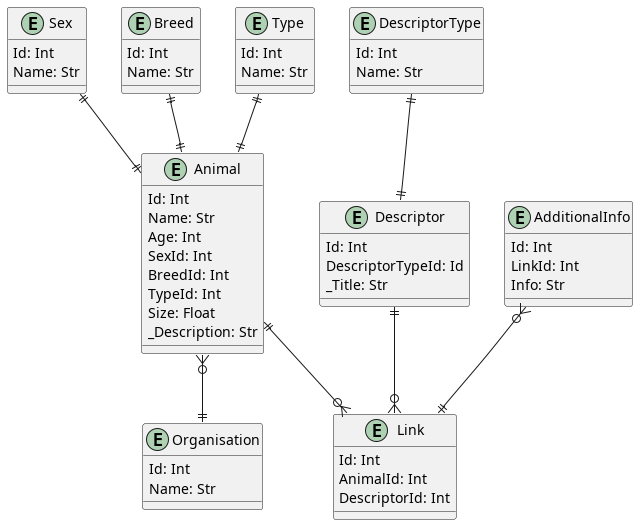
Before: Diagrams/db.png, a diagram exported from PlantUML (aidan-bailey/Anidopt).
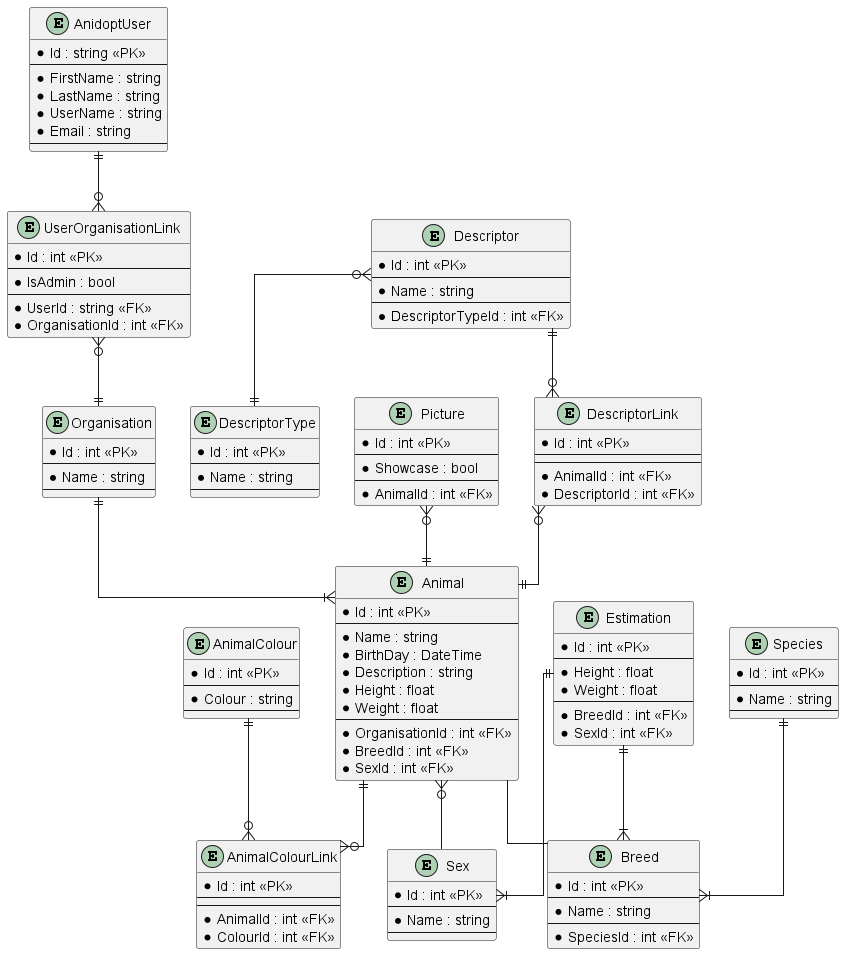
The same diagram one commit later.

What changed in the source:
```diff
@@ -1,55 +1,123 @@
 @startuml
-entity Sex {
-    Id: Int
-    Name: Str
+skinparam linetype ortho
+
+entity AnidoptUser {
+    *Id : string <<PK>>
+    --
+    *FirstName : string
+    *LastName : string
+    *UserName : string
+    *Email : string
+    --
+}
+entity Animal {
+    *Id : int <<PK>>
+    --
+    *Name : string
+    *BirthDay : DateTime
+    *Description : string
+    *Height : float
+    *Weight : float
+    --
+    *OrganisationId : int <<FK>>
+    *BreedId : int <<FK>>
+    *SexId : int <<FK>>
+}
+entity AnimalColour {
+    *Id : int <<PK>>
+    --
+    *Colour : string
+    --
+}
+entity AnimalColourLink {
+    *Id : int <<PK>>
+    --
+    --
+    *AnimalId : int <<FK>>
+    *ColourId : int <<FK>>
 }
 entity Breed {
-    Id: Int
-    Name: Str
+    *Id : int <<PK>>
+    --
+    *Name : string
+    --
+    *SpeciesId : int <<FK>>
 }
-entity Type {
-    Id: Int
-    Name: Str
+entity Descriptor {
+    *Id : int <<PK>>
+    --
+    *Name : string
+    --
+    *DescriptorTypeId : int <<FK>>
 }
-entity Animal {
-    Id: Int
-    Name: Str
-    Age: Int
-    SexId: Int
-    BreedId: Int
-    TypeId: Int
-    Size: Float
-    _Description: Str
+entity DescriptorLink {
+    *Id : int <<PK>>
+    --
+    --
+    *AnimalId : int <<FK>>
+    *DescriptorId : int <<FK>>
 }
 entity DescriptorType {
-    Id: Int
-    Name: Str
+    *Id : int <<PK>>
+    --
+    *Name : string
+    --
 }
-entity Descriptor {
-    Id: Int
-    DescriptorTypeId: Id
-    _Title: Str
-}
-entity Link {
-    Id: Int
-    AnimalId: Int
-    DescriptorId: Int
-}
-entity AdditionalInfo {
-    Id: Int
-    LinkId: Int
-    Info: Str
+entity Estimation {
+    *Id : int <<PK>>
+    --
+    *Height : float
+    *Weight : float
+    --
+    *BreedId : int <<FK>>
+    *SexId : int <<FK>>
 }
 entity Organisation {
-    Id: Int
-    Name: Str
+    *Id : int <<PK>>
+    --
+    *Name : string
+    --
 }
-Animal }o--|| Organisation
-DescriptorType ||--|| Descriptor
-Descriptor ||--o{ Link
-Animal ||--o{ Link
-AdditionalInfo }o--|| Link
-Breed ||--|| Animal
-Type ||--|| Animal
-Sex ||--|| Animal
+entity Picture {
+    *Id : int <<PK>>
+    --
+    *Showcase : bool
+    --
+    *AnimalId : int <<FK>>
+}
+entity Sex {
+    *Id : int <<PK>>
+    --
+    *Name : string
+    --
+}
+entity Species {
+    *Id : int <<PK>>
+    --
+    *Name : string
+    --
+}
+entity UserOrganisationLink {
+    *Id : int <<PK>>
+    --
+    *IsAdmin : bool
+    --
+    *UserId : string <<FK>>
+    *OrganisationId : int <<FK>>
+}
+
+AnidoptUser ||--o{ UserOrganisationLink
+UserOrganisationLink }o--|| Organisation
+Animal -- Breed
+Animal }o-- Sex
+Species ||--|{ Breed
+Organisation ||--|{ Animal
+AnimalColour ||--o{ AnimalColourLink
+Animal ||--o{ AnimalColourLink
+Picture }o--|| Animal
+Descriptor ||--o{ DescriptorLink
+Descriptor }o--|| DescriptorType
+DescriptorLink }o--|| Animal
+Estimation ||--|{ Sex
+Estimation ||--|{ Breed
 @enduml
```
